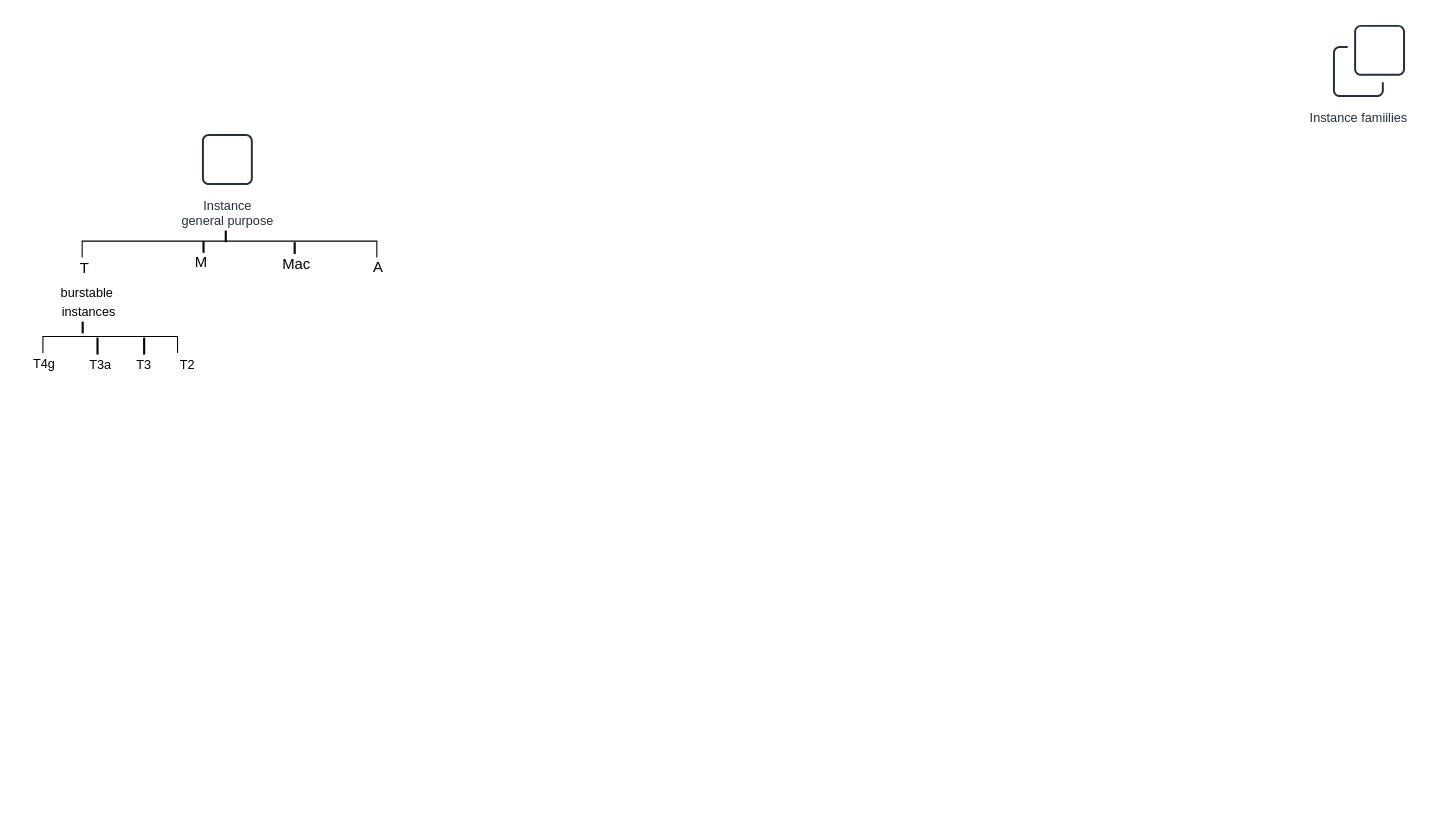
ldipotetjob/AWS keeps this draw.io diagram as certification/noserverless/compute/ec2/ ec2_instance_type.drawio. Above is the earlier version. Source tidied: cells renumbered, new cells numbered last; positions are measured from the earlier drawing's top-left corner, leaving out a move shared by most shapes. Both pictures are drawn from the tidied source at 106%, with x=0, y=0 at pixel (22, 18).
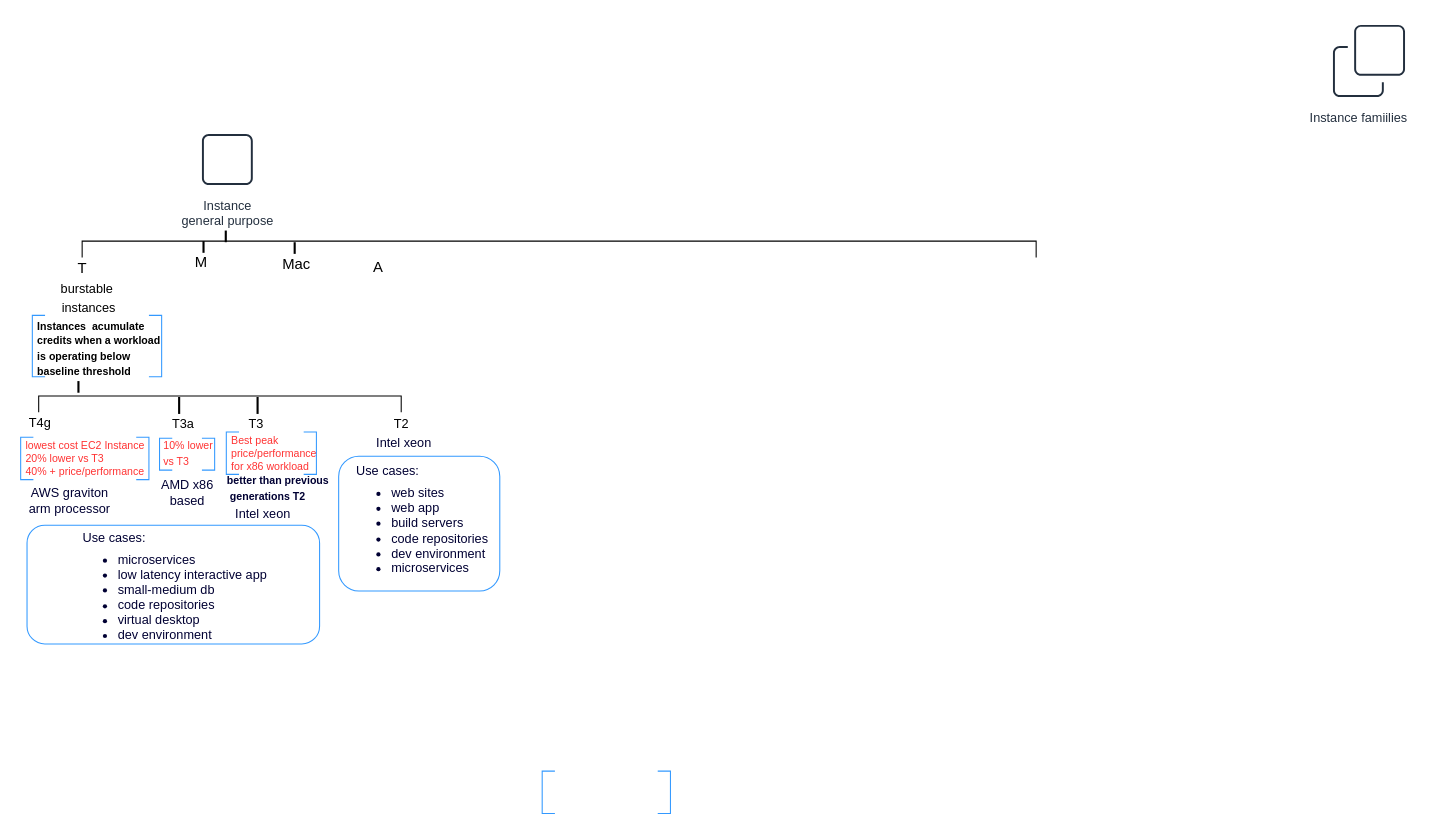
The same diagram, later.

The edit, as a diff of the source:
```diff
@@
+    <mxCell id="22" style="rounded=1;whiteSpace=wrap;html=1;fontSize=12;fontColor=#000033;fillColor=none;strokeColor=#3399FF;" parent="1" vertex="1">
+      <mxGeometry x="298" y="413" width="152" height="127" as="geometry" />
+    </mxCell>
+    <mxCell id="23" style="rounded=1;whiteSpace=wrap;html=1;fontSize=12;fontColor=#000033;fillColor=none;strokeColor=#3399FF;" parent="1" vertex="1">
+      <mxGeometry x="4" y="478" width="276" height="112" as="geometry" />
+    </mxCell>
@@
     <mxCell id="5" style="shape=partialRectangle;whiteSpace=wrap;html=1;bottom=1;right=1;left=1;top=0;fillColor=none;routingCenterX=-0.5;rotation=-180;direction=east;" parent="1" vertex="1">
-      <mxGeometry x="56" y="210" width="278" height="15" as="geometry" />
+      <mxGeometry x="56" y="210" width="900" height="15" as="geometry" />
     </mxCell>
@@
     <mxCell id="8" value="&lt;font style=&quot;font-size: 14px;&quot;&gt;T&lt;/font&gt;" style="text;html=1;align=center;verticalAlign=middle;strokeColor=none;fillColor=none;" parent="1" vertex="1">
-      <mxGeometry x="48" y="226" width="20" height="20" as="geometry" />
+      <mxGeometry x="46" y="226" width="20" height="20" as="geometry" />
     </mxCell>
@@
     <mxCell id="13" value="&lt;font style=&quot;font-size: 12px;&quot;&gt;burstable&amp;nbsp;&lt;br&gt;instances&lt;br&gt;&lt;/font&gt;" style="text;html=1;align=center;verticalAlign=middle;strokeColor=none;fillColor=none;fontSize=15;" parent="1" vertex="1">
-      <mxGeometry x="27" y="246" width="70" height="40" as="geometry" />
+      <mxGeometry x="27" y="242" width="70" height="40" as="geometry" />
     </mxCell>
     <mxCell id="14" style="shape=partialRectangle;whiteSpace=wrap;html=1;bottom=1;right=1;left=1;top=0;fillColor=none;routingCenterX=-0.5;rotation=-180;direction=east;" parent="1" vertex="1">
-      <mxGeometry x="19" y="300" width="127" height="15" as="geometry" />
+      <mxGeometry x="15" y="356" width="342" height="15" as="geometry" />
     </mxCell>
     <mxCell id="15" style="line;strokeWidth=2;direction=south;html=1;" parent="1" vertex="1">
-      <mxGeometry x="56" y="286" width="1" height="11" as="geometry" />
+      <mxGeometry x="52" y="342" width="1" height="11" as="geometry" />
     </mxCell>
     <mxCell id="16" style="line;strokeWidth=2;direction=south;html=1;" parent="1" vertex="1">
-      <mxGeometry x="70" y="301" width="1" height="16" as="geometry" />
+      <mxGeometry x="147" y="357" width="1" height="16" as="geometry" />
     </mxCell>
     <mxCell id="17" value="T4g" style="text;html=1;align=center;verticalAlign=middle;strokeColor=none;fillColor=none;fontSize=12;" parent="1" vertex="1">
-      <mxGeometry y="316" width="40" height="20" as="geometry" />
+      <mxGeometry x="-4" y="372" width="40" height="20" as="geometry" />
     </mxCell>
     <mxCell id="18" value="T3a" style="text;html=1;align=center;verticalAlign=middle;strokeColor=none;fillColor=none;fontSize=12;" parent="1" vertex="1">
-      <mxGeometry x="53" y="317" width="40" height="20" as="geometry" />
+      <mxGeometry x="131" y="373" width="40" height="20" as="geometry" />
     </mxCell>
     <mxCell id="19" value="T3" style="text;html=1;align=center;verticalAlign=middle;strokeColor=none;fillColor=none;fontSize=12;" parent="1" vertex="1">
-      <mxGeometry x="99" y="317" width="30" height="20" as="geometry" />
+      <mxGeometry x="205" y="373" width="30" height="20" as="geometry" />
     </mxCell>
     <mxCell id="20" value="T2" style="text;html=1;align=center;verticalAlign=middle;strokeColor=none;fillColor=none;fontSize=12;" parent="1" vertex="1">
-      <mxGeometry x="139.5" y="317" width="30" height="20" as="geometry" />
+      <mxGeometry x="341.5" y="373" width="30" height="20" as="geometry" />
     </mxCell>
     <mxCell id="21" style="line;strokeWidth=2;direction=south;html=1;" parent="1" vertex="1">
-      <mxGeometry x="114" y="301" width="1" height="16" as="geometry" />
+      <mxGeometry x="221" y="357" width="1" height="16" as="geometry" />
     </mxCell>
+    <mxCell id="24" value="&lt;font style=&quot;font-size: 10px;&quot;&gt;&lt;b&gt;Instances&amp;nbsp; acumulate &lt;br&gt;credits when a workload&amp;nbsp;&lt;br&gt;is operating below &lt;br&gt;baseline threshold&lt;/b&gt;&lt;/font&gt;" style="text;html=1;align=left;verticalAlign=middle;strokeColor=none;fillColor=none;" parent="1" vertex="1">
+      <mxGeometry x="12" y="276" width="130" height="70" as="geometry" />
+    </mxCell>
+    <mxCell id="25" style="strokeWidth=1;html=1;shape=mxgraph.flowchart.annotation_1;align=left;fontColor=#000033;fillColor=none;direction=west;strokeColor=#3399FF;" parent="1" vertex="1">
+      <mxGeometry x="119" y="280" width="12" height="58" as="geometry" />
+    </mxCell>
+    <mxCell id="26" style="strokeWidth=1;html=1;shape=mxgraph.flowchart.annotation_1;align=left;fontColor=#000033;fillColor=none;strokeColor=#3399FF;" parent="1" vertex="1">
+      <mxGeometry x="-2" y="395" width="12" height="40" as="geometry" />
+    </mxCell>
+    <mxCell id="27" style="strokeWidth=1;html=1;shape=mxgraph.flowchart.annotation_1;align=left;fontColor=#000033;fillColor=none;strokeColor=#3399FF;" parent="1" vertex="1">
+      <mxGeometry x="9" y="280" width="12" height="58" as="geometry" />
+    </mxCell>
+    <mxCell id="28" value="&lt;font color=&quot;#ff3333&quot;&gt;lowest cost EC2 Instance&lt;br&gt;20% lower vs T3&lt;br&gt;40% + price/performance&lt;/font&gt;" style="text;html=1;align=left;verticalAlign=middle;strokeColor=none;fillColor=none;fontSize=10;" parent="1" vertex="1">
+      <mxGeometry x="1" y="395" width="130" height="40" as="geometry" />
+    </mxCell>
+    <mxCell id="29" style="strokeWidth=1;html=1;shape=mxgraph.flowchart.annotation_1;align=left;fontColor=#000033;fillColor=none;direction=west;strokeColor=#3399FF;" parent="1" vertex="1">
+      <mxGeometry x="107" y="395" width="12" height="40" as="geometry" />
+    </mxCell>
+    <mxCell id="30" value="AWS graviton &lt;br&gt;arm processor" style="text;html=1;align=center;verticalAlign=middle;strokeColor=none;fillColor=none;fontSize=12;fontColor=#000033;" parent="1" vertex="1">
+      <mxGeometry x="-1" y="440" width="90" height="30" as="geometry" />
+    </mxCell>
+    <mxCell id="31" style="strokeWidth=1;html=1;shape=mxgraph.flowchart.annotation_1;align=left;fontColor=#000033;fillColor=none;strokeColor=#3399FF;" parent="1" vertex="1">
+      <mxGeometry x="490" y="710" width="12" height="40" as="geometry" />
+    </mxCell>
+    <mxCell id="32" style="strokeWidth=1;html=1;shape=mxgraph.flowchart.annotation_1;align=left;fontColor=#000033;fillColor=none;direction=west;strokeColor=#3399FF;" parent="1" vertex="1">
+      <mxGeometry x="599" y="710" width="12" height="40" as="geometry" />
+    </mxCell>
+    <mxCell id="33" style="strokeWidth=1;html=1;shape=mxgraph.flowchart.annotation_1;align=left;fontColor=#000033;fillColor=none;strokeColor=#3399FF;" parent="1" vertex="1">
+      <mxGeometry x="129" y="396" width="12" height="30" as="geometry" />
+    </mxCell>
+    <mxCell id="34" style="strokeWidth=1;html=1;shape=mxgraph.flowchart.annotation_1;align=left;fontColor=#000033;fillColor=none;direction=west;strokeColor=#3399FF;" parent="1" vertex="1">
+      <mxGeometry x="169" y="396" width="12" height="30" as="geometry" />
+    </mxCell>
+    <mxCell id="35" value="&lt;font color=&quot;#ff3333&quot; style=&quot;font-size: 10px;&quot;&gt;10% lower &lt;br&gt;vs T3&lt;/font&gt;" style="text;html=1;align=left;verticalAlign=middle;strokeColor=none;fillColor=none;fontSize=12;fontColor=#000033;" parent="1" vertex="1">
+      <mxGeometry x="131" y="390" width="60" height="40" as="geometry" />
+    </mxCell>
+    <mxCell id="36" value="Best peak &lt;br&gt;price/performance&lt;br&gt;for x86 workload" style="text;html=1;align=left;verticalAlign=middle;strokeColor=none;fillColor=none;fontSize=10;fontColor=#FF3333;" parent="1" vertex="1">
+      <mxGeometry x="195" y="390" width="100" height="40" as="geometry" />
+    </mxCell>
+    <mxCell id="37" value="&lt;font style=&quot;font-size: 12px;&quot; color=&quot;#000033&quot;&gt;AMD x86&lt;br&gt;based&lt;br&gt;&lt;/font&gt;" style="text;html=1;align=center;verticalAlign=middle;strokeColor=none;fillColor=none;fontSize=10;fontColor=#FF3333;" parent="1" vertex="1">
+      <mxGeometry x="125" y="432" width="60" height="30" as="geometry" />
+    </mxCell>
+    <mxCell id="38" value="Intel xeon&amp;nbsp;" style="text;html=1;align=center;verticalAlign=middle;strokeColor=none;fillColor=none;fontSize=12;fontColor=#000033;" parent="1" vertex="1">
+      <mxGeometry x="193" y="458" width="70" height="20" as="geometry" />
+    </mxCell>
+    <mxCell id="39" style="strokeWidth=1;html=1;shape=mxgraph.flowchart.annotation_1;align=left;fontColor=#000033;fillColor=none;strokeColor=#3399FF;" parent="1" vertex="1">
+      <mxGeometry x="192" y="390" width="12" height="40" as="geometry" />
+    </mxCell>
+    <mxCell id="40" style="strokeWidth=1;html=1;shape=mxgraph.flowchart.annotation_1;align=left;fontColor=#000033;fillColor=none;direction=west;strokeColor=#3399FF;" parent="1" vertex="1">
+      <mxGeometry x="265" y="390" width="12" height="40" as="geometry" />
+    </mxCell>
+    <mxCell id="41" value="Intel xeon&amp;nbsp;" style="text;html=1;align=center;verticalAlign=middle;strokeColor=none;fillColor=none;fontSize=12;fontColor=#000033;" parent="1" vertex="1">
+      <mxGeometry x="326" y="391" width="70" height="20" as="geometry" />
+    </mxCell>
+    <mxCell id="42" value="&lt;font style=&quot;font-size: 10px;&quot;&gt;better than previous&lt;br&gt;&amp;nbsp;generations T2&lt;/font&gt;" style="text;html=1;align=left;verticalAlign=middle;strokeColor=none;fillColor=none;fontSize=12;fontColor=#000033;fontStyle=1;" parent="1" vertex="1">
+      <mxGeometry x="191" y="423" width="110" height="40" as="geometry" />
+    </mxCell>
+    <mxCell id="43" value="&lt;br&gt;&lt;ul&gt;&lt;li&gt;microservices&lt;/li&gt;&lt;li&gt;low latency interactive app&lt;/li&gt;&lt;li&gt;small-medium db&lt;/li&gt;&lt;li&gt;code repositories&lt;/li&gt;&lt;li&gt;virtual desktop&lt;/li&gt;&lt;li&gt;dev environment&lt;/li&gt;&lt;/ul&gt;" style="text;html=1;align=left;verticalAlign=middle;strokeColor=none;fillColor=none;fontSize=12;fontColor=#000033;" parent="1" vertex="1">
+      <mxGeometry x="48" y="474" width="200" height="130" as="geometry" />
+    </mxCell>
+    <mxCell id="44" value="Use cases:" style="text;html=1;align=center;verticalAlign=middle;strokeColor=none;fillColor=none;fontSize=12;fontColor=#000033;" parent="1" vertex="1">
+      <mxGeometry x="51" y="480" width="70" height="20" as="geometry" />
+    </mxCell>
+    <mxCell id="45" value="&lt;br&gt;&lt;ul&gt;&lt;li&gt;web sites&lt;/li&gt;&lt;li&gt;web app&lt;/li&gt;&lt;li&gt;build servers&lt;/li&gt;&lt;li&gt;code repositories&lt;/li&gt;&lt;li&gt;dev environment&lt;/li&gt;&lt;li&gt;microservices&lt;/li&gt;&lt;/ul&gt;" style="text;html=1;align=left;verticalAlign=middle;strokeColor=none;fillColor=none;fontSize=12;fontColor=#000033;" parent="1" vertex="1">
+      <mxGeometry x="306" y="411" width="150" height="130" as="geometry" />
+    </mxCell>
+    <mxCell id="46" value="Use cases:" style="text;html=1;align=center;verticalAlign=middle;strokeColor=none;fillColor=none;fontSize=12;fontColor=#000033;" parent="1" vertex="1">
+      <mxGeometry x="309" y="417" width="70" height="20" as="geometry" />
+    </mxCell>
```
